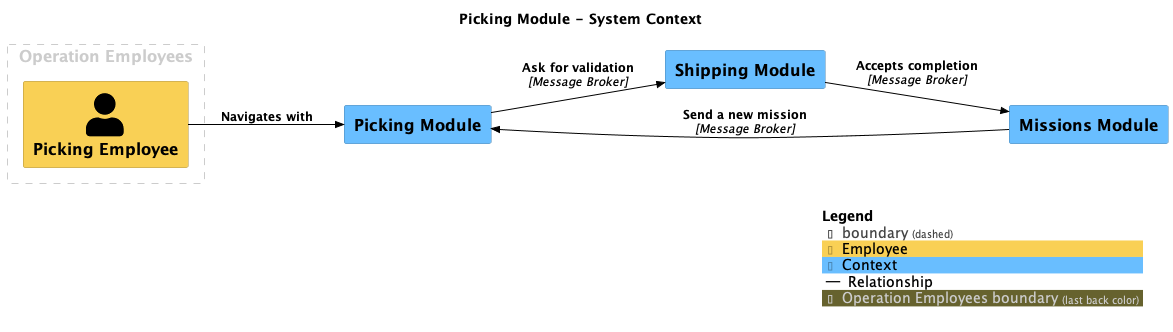
Earlier version of the PlantUML export main/png/SystemContext-008.png (SLC-wms/DSL-Architecture). Its diagram source:
```plantuml
@startuml
set separator none
title Picking Module - System Context

left to right direction

!include <C4/C4>
!include <C4/C4_Context>

AddElementTag("Employee", $bgColor="#f9d055", $borderColor="#ae913b", $fontColor="#000000", $sprite="", $shadowing="")
AddElementTag("Context", $bgColor="#69beff", $borderColor="#4985b2", $fontColor="#000000", $sprite="", $shadowing="")

AddRelTag("Relationship", $textColor="#000000", $lineColor="#000000", $lineStyle = "")

AddBoundaryTag("Operation Employees", $borderColor="#cccccc", $fontColor="#cccccc")
Boundary(group_1, "Operation Employees", $tags="Operation Employees") {
  Person(PickingEmployee, "Picking Employee", $descr="", $tags="Employee", $link="")
}

System(PickingModule, "Picking Module", $descr="", $tags="Context", $link="")
System(ShippingModule, "Shipping Module", $descr="", $tags="Context", $link="")
System(MissionsModule, "Missions Module", $descr="", $tags="Context", $link="")

Rel_D(ShippingModule, MissionsModule, "Accepts completion", $techn="Message Broker", $tags="Relationship", $link="")
Rel_D(PickingEmployee, PickingModule, "Navigates with", $techn="", $tags="Relationship", $link="")
Rel_D(MissionsModule, PickingModule, "Send a new mission", $techn="Message Broker", $tags="Relationship", $link="")
Rel_D(PickingModule, ShippingModule, "Ask for validation", $techn="Message Broker", $tags="Relationship", $link="")

SHOW_LEGEND(true)
@enduml
```
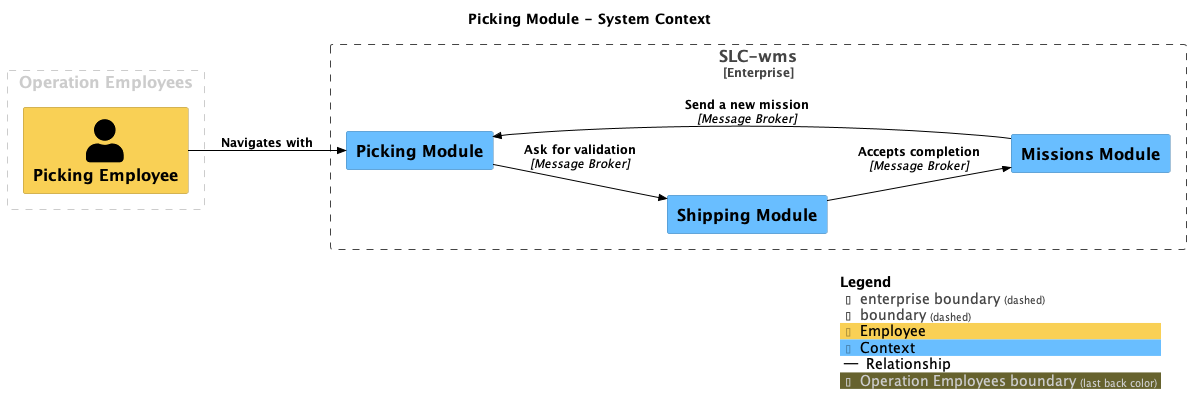
The same diagram one commit later.

Diff of the diagram source:
```diff
@@ -12,14 +12,17 @@
 
 AddRelTag("Relationship", $textColor="#000000", $lineColor="#000000", $lineStyle = "")
 
+Enterprise_Boundary(enterprise, "SLC-wms") {
+  System(PickingModule, "Picking Module", $descr="", $tags="Context", $link="")
+  System(ShippingModule, "Shipping Module", $descr="", $tags="Context", $link="")
+  System(MissionsModule, "Missions Module", $descr="", $tags="Context", $link="")
+}
+
 AddBoundaryTag("Operation Employees", $borderColor="#cccccc", $fontColor="#cccccc")
 Boundary(group_1, "Operation Employees", $tags="Operation Employees") {
-  Person(PickingEmployee, "Picking Employee", $descr="", $tags="Employee", $link="")
+  Person_Ext(PickingEmployee, "Picking Employee", $descr="", $tags="Employee", $link="")
 }
 
-System(PickingModule, "Picking Module", $descr="", $tags="Context", $link="")
-System(ShippingModule, "Shipping Module", $descr="", $tags="Context", $link="")
-System(MissionsModule, "Missions Module", $descr="", $tags="Context", $link="")
 
 Rel_D(ShippingModule, MissionsModule, "Accepts completion", $techn="Message Broker", $tags="Relationship", $link="")
 Rel_D(PickingEmployee, PickingModule, "Navigates with", $techn="", $tags="Relationship", $link="")
```
